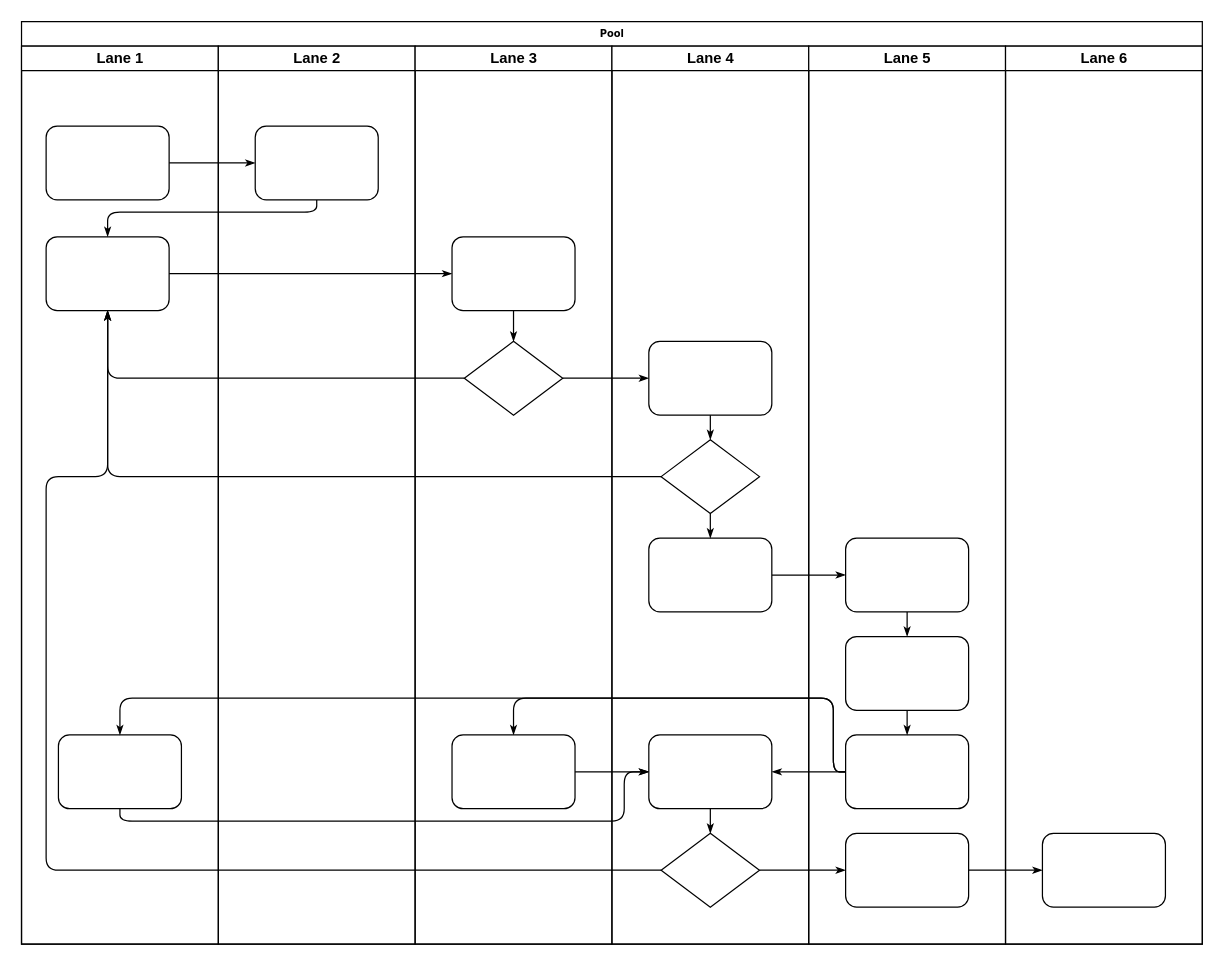
Above: Transar Circular 007.drawio in carlosvalderrama1204/Circular007 (draw.io), before the change. Source tidied: cells renumbered, new cells numbered last; positions are measured from the earlier drawing's top-left corner, leaving out a move shared by most shapes. Both pictures are drawn from the tidied source at 123%, with x=0, y=0 at pixel (21, 21).
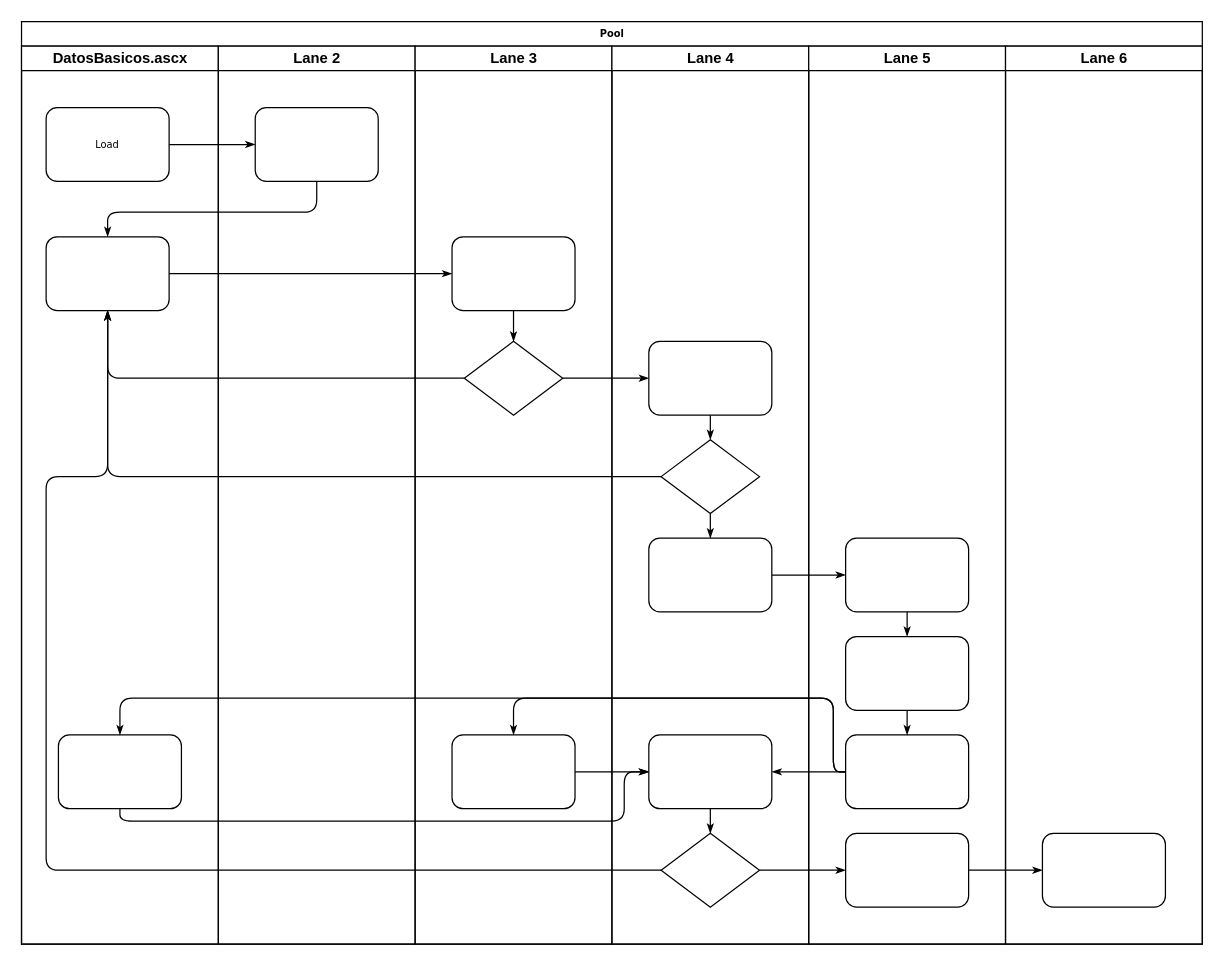
The same page after the edit.

The change refers to these unchanged cells:
```xml
<mxCell id="2" value="Pool" style="swimlane;html=1;startSize=20;rounded=0;shadow=0;labelBackgroundColor=none;strokeWidth=1;fontFamily=Verdana;fontSize=8;align=center;" parent="1" vertex="1">
  <mxGeometry width="960" height="750" as="geometry" />
</mxCell>
<mxCell id="22" value="Lane 2" style="swimlane;html=1;startSize=20;" parent="2" vertex="1">
  <mxGeometry x="160" y="20" width="160" height="730" as="geometry" />
</mxCell>
```

What changed in the source:
```diff
@@
-    <mxCell id="3" value="Lane 1" style="swimlane;html=1;startSize=20;" parent="2" vertex="1">
+    <mxCell id="3" value="DatosBasicos.ascx" style="swimlane;html=1;startSize=20;" parent="2" vertex="1">
       <mxGeometry y="20" width="160" height="730" as="geometry" />
     </mxCell>
-    <mxCell id="4" style="rounded=1;whiteSpace=wrap;html=1;shadow=0;labelBackgroundColor=none;strokeWidth=1;fontFamily=Verdana;fontSize=8;align=center;" parent="3" vertex="1">
-      <mxGeometry x="20" y="65" width="100" height="60" as="geometry" />
+    <mxCell id="4" value="Load" style="rounded=1;whiteSpace=wrap;html=1;shadow=0;labelBackgroundColor=none;strokeWidth=1;fontFamily=Verdana;fontSize=8;align=center;" parent="3" vertex="1">
+      <mxGeometry x="20" y="50" width="100" height="60" as="geometry" />
     </mxCell>
@@
     <mxCell id="23" style="rounded=1;whiteSpace=wrap;html=1;shadow=0;labelBackgroundColor=none;strokeWidth=1;fontFamily=Verdana;fontSize=8;align=center;" parent="22" vertex="1">
-      <mxGeometry x="30" y="65" width="100" height="60" as="geometry" />
+      <mxGeometry x="30" y="50" width="100" height="60" as="geometry" />
     </mxCell>
```
